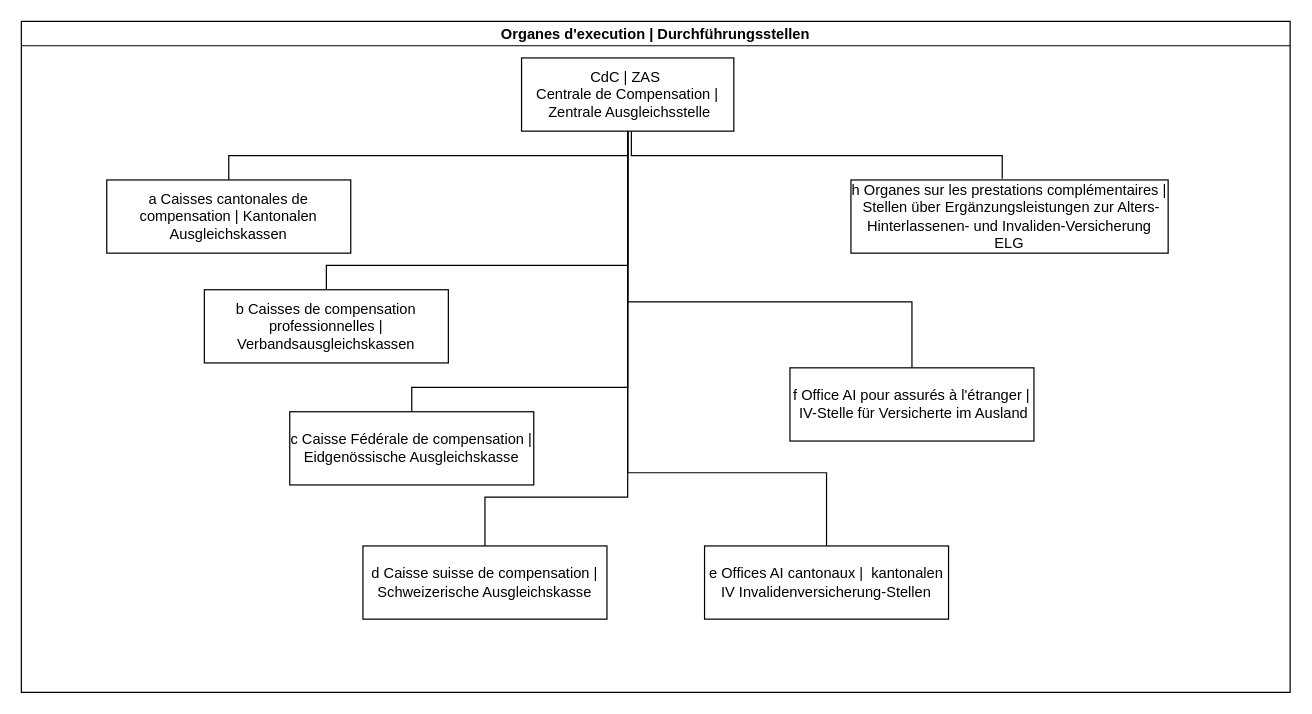
Helena-Zuk/github-slideshow keeps this draw.io diagram as page "Execution-Durchfuehrung" (4 of 6) of CdC-context.drawio. Above is the earlier version. Source tidied: cells renumbered, new cells numbered last; positions are measured from the earlier drawing's top-left corner, leaving out a move shared by most shapes. Both pictures are drawn from the tidied source at 122%, with x=0, y=0 at pixel (21, 21).
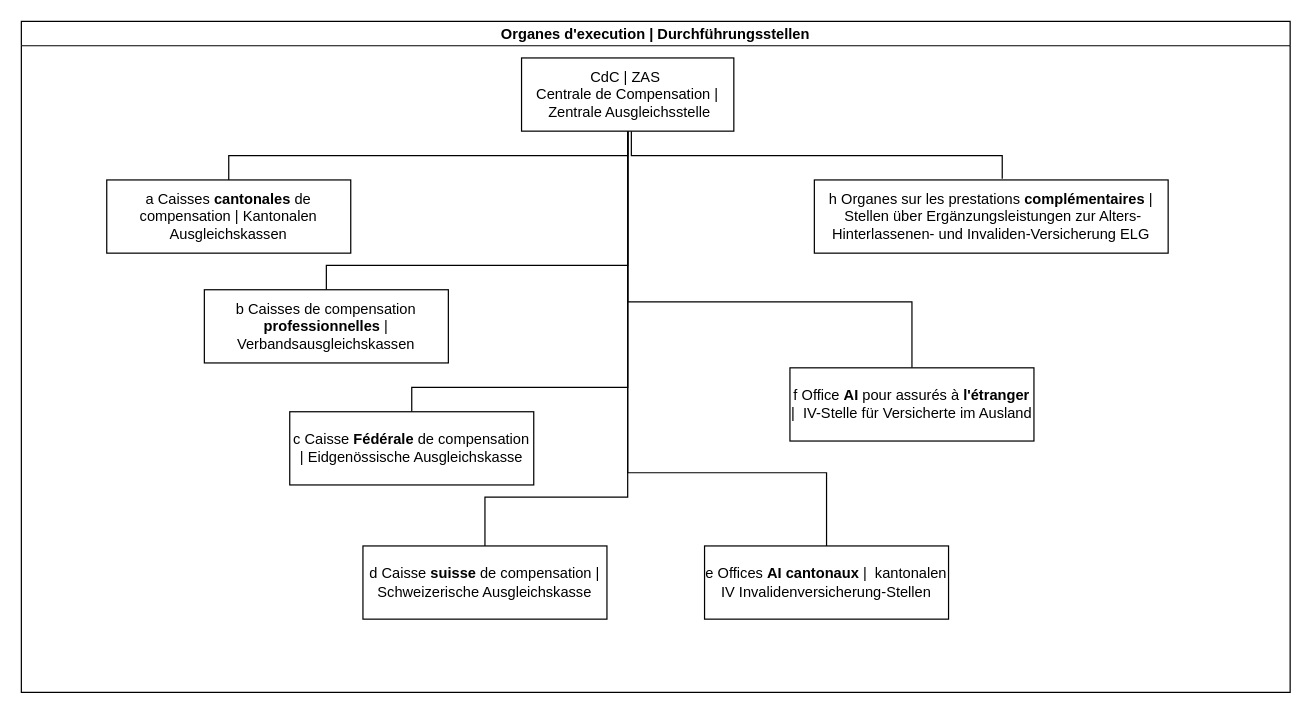
The same diagram, later.

Commit message:
Mettre à jour CdC-context.drawio

Unchanged cells that the change refers to:
```xml
<mxCell id="2" value="Organes d'execution | Durchführungsstellen" style="swimlane;startSize=20;horizontal=1;containerType=tree;newEdgeStyle={&quot;edgeStyle&quot;:&quot;elbowEdgeStyle&quot;,&quot;startArrow&quot;:&quot;none&quot;,&quot;endArrow&quot;:&quot;none&quot;};" parent="1" vertex="1">
  <mxGeometry width="1040" height="550" as="geometry" />
</mxCell>
```

Diff of the diagram source:
```diff
@@
-    <mxCell id="11" value="h Organes sur les prestations complémentaires | &amp;nbsp;Stellen über Ergänzungsleistungen zur Alters- Hinterlassenen- und Invaliden-Versicherung ELG" style="whiteSpace=wrap;html=1;align=center;verticalAlign=middle;newEdgeStyle={&quot;edgeStyle&quot;:&quot;elbowEdgeStyle&quot;,&quot;startArrow&quot;:&quot;none&quot;,&quot;endArrow&quot;:&quot;none&quot;};" parent="2" vertex="1">
-      <mxGeometry x="680" y="130" width="260" height="60" as="geometry" />
+    <mxCell id="11" value="h Organes sur les prestations &lt;b&gt;complémentaires&lt;/b&gt; | &amp;nbsp;Stellen über Ergänzungsleistungen zur Alters- Hinterlassenen- und Invaliden-Versicherung ELG" style="whiteSpace=wrap;html=1;align=center;verticalAlign=middle;newEdgeStyle={&quot;edgeStyle&quot;:&quot;elbowEdgeStyle&quot;,&quot;startArrow&quot;:&quot;none&quot;,&quot;endArrow&quot;:&quot;none&quot;};" parent="2" vertex="1">
+      <mxGeometry x="650" y="130" width="290" height="60" as="geometry" />
     </mxCell>
-    <mxCell id="12" value="a Caisses cantonales de compensation | Kantonalen Ausgleichskassen" style="whiteSpace=wrap;html=1;align=center;verticalAlign=middle;newEdgeStyle={&quot;edgeStyle&quot;:&quot;elbowEdgeStyle&quot;,&quot;startArrow&quot;:&quot;none&quot;,&quot;endArrow&quot;:&quot;none&quot;};" parent="2" vertex="1">
+    <mxCell id="12" value="a Caisses &lt;b&gt;cantonales&lt;/b&gt; de compensation | Kantonalen Ausgleichskassen" style="whiteSpace=wrap;html=1;align=center;verticalAlign=middle;newEdgeStyle={&quot;edgeStyle&quot;:&quot;elbowEdgeStyle&quot;,&quot;startArrow&quot;:&quot;none&quot;,&quot;endArrow&quot;:&quot;none&quot;};" parent="2" vertex="1">
       <mxGeometry x="70" y="130" width="200" height="60" as="geometry" />
     </mxCell>
-    <mxCell id="13" value="b Caisses de compensation professionnelles | Verbandsausgleichskassen" style="whiteSpace=wrap;html=1;align=center;verticalAlign=middle;newEdgeStyle={&quot;edgeStyle&quot;:&quot;elbowEdgeStyle&quot;,&quot;startArrow&quot;:&quot;none&quot;,&quot;endArrow&quot;:&quot;none&quot;};" parent="2" vertex="1">
+    <mxCell id="13" value="b Caisses de compensation &lt;b&gt;professionnelles&lt;/b&gt; | Verbandsausgleichskassen" style="whiteSpace=wrap;html=1;align=center;verticalAlign=middle;newEdgeStyle={&quot;edgeStyle&quot;:&quot;elbowEdgeStyle&quot;,&quot;startArrow&quot;:&quot;none&quot;,&quot;endArrow&quot;:&quot;none&quot;};" parent="2" vertex="1">
       <mxGeometry x="150" y="220" width="200" height="60" as="geometry" />
     </mxCell>
-    <mxCell id="14" value="c Caisse Fédérale de compensation | Eidgenössische Ausgleichskasse" style="whiteSpace=wrap;html=1;align=center;verticalAlign=middle;newEdgeStyle={&quot;edgeStyle&quot;:&quot;elbowEdgeStyle&quot;,&quot;startArrow&quot;:&quot;none&quot;,&quot;endArrow&quot;:&quot;none&quot;};" parent="2" vertex="1">
+    <mxCell id="14" value="c Caisse &lt;b&gt;Fédérale&lt;/b&gt; de compensation | Eidgenössische Ausgleichskasse" style="whiteSpace=wrap;html=1;align=center;verticalAlign=middle;newEdgeStyle={&quot;edgeStyle&quot;:&quot;elbowEdgeStyle&quot;,&quot;startArrow&quot;:&quot;none&quot;,&quot;endArrow&quot;:&quot;none&quot;};" parent="2" vertex="1">
       <mxGeometry x="220" y="320" width="200" height="60" as="geometry" />
     </mxCell>
-    <mxCell id="15" value="d Caisse suisse de compensation | Schweizerische Ausgleichskasse" style="whiteSpace=wrap;html=1;align=center;verticalAlign=middle;newEdgeStyle={&quot;edgeStyle&quot;:&quot;elbowEdgeStyle&quot;,&quot;startArrow&quot;:&quot;none&quot;,&quot;endArrow&quot;:&quot;none&quot;};" parent="2" vertex="1">
+    <mxCell id="15" value="d Caisse &lt;b&gt;suisse&lt;/b&gt; de compensation | Schweizerische Ausgleichskasse" style="whiteSpace=wrap;html=1;align=center;verticalAlign=middle;newEdgeStyle={&quot;edgeStyle&quot;:&quot;elbowEdgeStyle&quot;,&quot;startArrow&quot;:&quot;none&quot;,&quot;endArrow&quot;:&quot;none&quot;};" parent="2" vertex="1">
       <mxGeometry x="280" y="430" width="200" height="60" as="geometry" />
     </mxCell>
-    <mxCell id="16" value="e Offices AI cantonaux | &amp;nbsp;kantonalen IV Invalidenversicherung-Stellen" style="whiteSpace=wrap;html=1;align=center;verticalAlign=middle;newEdgeStyle={&quot;edgeStyle&quot;:&quot;elbowEdgeStyle&quot;,&quot;startArrow&quot;:&quot;none&quot;,&quot;endArrow&quot;:&quot;none&quot;};" parent="2" vertex="1">
+    <mxCell id="16" value="e Offices &lt;b&gt;AI cantonaux&lt;/b&gt; | &amp;nbsp;kantonalen IV Invalidenversicherung-Stellen" style="whiteSpace=wrap;html=1;align=center;verticalAlign=middle;newEdgeStyle={&quot;edgeStyle&quot;:&quot;elbowEdgeStyle&quot;,&quot;startArrow&quot;:&quot;none&quot;,&quot;endArrow&quot;:&quot;none&quot;};" parent="2" vertex="1">
       <mxGeometry x="560" y="430" width="200" height="60" as="geometry" />
     </mxCell>
-    <mxCell id="17" value="f Office AI pour assurés à l'étranger | &amp;nbsp;IV-Stelle für Versicherte im Ausland" style="whiteSpace=wrap;html=1;align=center;verticalAlign=middle;newEdgeStyle={&quot;edgeStyle&quot;:&quot;elbowEdgeStyle&quot;,&quot;startArrow&quot;:&quot;none&quot;,&quot;endArrow&quot;:&quot;none&quot;};" parent="2" vertex="1">
+    <mxCell id="17" value="f Office &lt;b&gt;AI&lt;/b&gt; pour assurés à &lt;b&gt;l'étranger&lt;/b&gt; | &amp;nbsp;IV-Stelle für Versicherte im Ausland" style="whiteSpace=wrap;html=1;align=center;verticalAlign=middle;newEdgeStyle={&quot;edgeStyle&quot;:&quot;elbowEdgeStyle&quot;,&quot;startArrow&quot;:&quot;none&quot;,&quot;endArrow&quot;:&quot;none&quot;};" parent="2" vertex="1">
       <mxGeometry x="630" y="284" width="200" height="60" as="geometry" />
     </mxCell>
```
